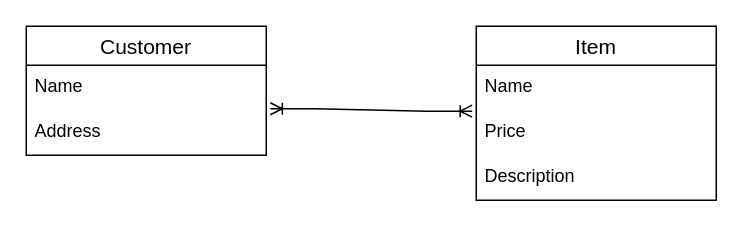
The draw.io diagram page "Page-2" (2 of 2) of images/Wed_Addams.drawio in brendanpshea/database_sql, before the edit. Source tidied: cells renumbered, new cells numbered last; positions are measured from the earlier drawing's top-left corner, leaving out a move shared by most shapes. Both pictures are drawn from the tidied source at 150%, with x=0, y=0 at pixel (26, 26).
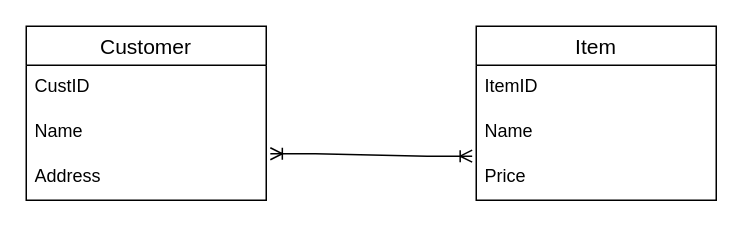
After the change.

Diff of the diagram source:
```diff
@@
 <mxGraphModel>
   <root>
     <mxCell id="0" />
     <mxCell id="1" parent="0" />
     <mxCell id="2" value="Customer" style="swimlane;fontStyle=0;horizontal=1;startSize=26;align=center;fontSize=14;" parent="1" vertex="1">
-      <mxGeometry width="160" height="86" as="geometry" />
+      <mxGeometry width="160" height="116" as="geometry" />
     </mxCell>
+    <mxCell id="10" value="CustID" style="text;strokeColor=none;fillColor=none;spacingLeft=4;spacingRight=4;overflow=hidden;fontSize=12;whiteSpace=wrap;html=1;" parent="2" vertex="1">
+      <mxGeometry y="26" width="160" height="30" as="geometry" />
+    </mxCell>
     <mxCell id="3" value="Name" style="text;strokeColor=none;fillColor=none;spacingLeft=4;spacingRight=4;overflow=hidden;fontSize=12;whiteSpace=wrap;html=1;" parent="2" vertex="1">
-      <mxGeometry y="26" width="160" height="30" as="geometry" />
+      <mxGeometry y="56" width="160" height="30" as="geometry" />
     </mxCell>
     <mxCell id="4" value="Address" style="text;strokeColor=none;fillColor=none;spacingLeft=4;spacingRight=4;overflow=hidden;points=[[0,0.5],[1,0.5]];portConstraint=eastwest;fontSize=12;whiteSpace=wrap;html=1;" parent="2" vertex="1">
-      <mxGeometry y="56" width="160" height="30" as="geometry" />
+      <mxGeometry y="86" width="160" height="30" as="geometry" />
     </mxCell>
     <mxCell id="5" value="Item" style="swimlane;fontStyle=0;horizontal=1;startSize=26;align=center;fontSize=14;" parent="1" vertex="1">
       <mxGeometry x="300" width="160" height="116" as="geometry" />
     </mxCell>
+    <mxCell id="11" value="ItemID" style="text;strokeColor=none;fillColor=none;spacingLeft=4;spacingRight=4;overflow=hidden;fontSize=12;whiteSpace=wrap;html=1;" parent="5" vertex="1">
+      <mxGeometry y="26" width="160" height="30" as="geometry" />
+    </mxCell>
     <mxCell id="6" value="Name" style="text;strokeColor=none;fillColor=none;spacingLeft=4;spacingRight=4;overflow=hidden;fontSize=12;whiteSpace=wrap;html=1;" parent="5" vertex="1">
-      <mxGeometry y="26" width="160" height="30" as="geometry" />
+      <mxGeometry y="56" width="160" height="30" as="geometry" />
     </mxCell>
     <mxCell id="7" value="Price" style="text;strokeColor=none;fillColor=none;spacingLeft=4;spacingRight=4;overflow=hidden;points=[[0,0.5],[1,0.5]];portConstraint=eastwest;fontSize=12;whiteSpace=wrap;html=1;" parent="5" vertex="1">
-      <mxGeometry y="56" width="160" height="30" as="geometry" />
+      <mxGeometry y="86" width="160" height="30" as="geometry" />
     </mxCell>
-    <mxCell id="8" value="Description" style="text;strokeColor=none;fillColor=none;spacingLeft=4;spacingRight=4;overflow=hidden;fontSize=12;whiteSpace=wrap;html=1;" parent="5" vertex="1">
-      <mxGeometry y="86" width="160" height="30" as="geometry" />
-    </mxCell>
     <mxCell id="9" style="edgeStyle=entityRelationEdgeStyle;fontSize=12;html=1;endArrow=ERoneToMany;startArrow=ERoneToMany;rounded=0;entryX=-0.017;entryY=0.02;entryDx=0;entryDy=0;entryPerimeter=0;exitX=1.017;exitY=-0.033;exitDx=0;exitDy=0;exitPerimeter=0;" parent="1" edge="1" source="4" target="7">
       <mxGeometry relative="1" as="geometry" />
     </mxCell>
   </root>
 </mxGraphModel>
```
